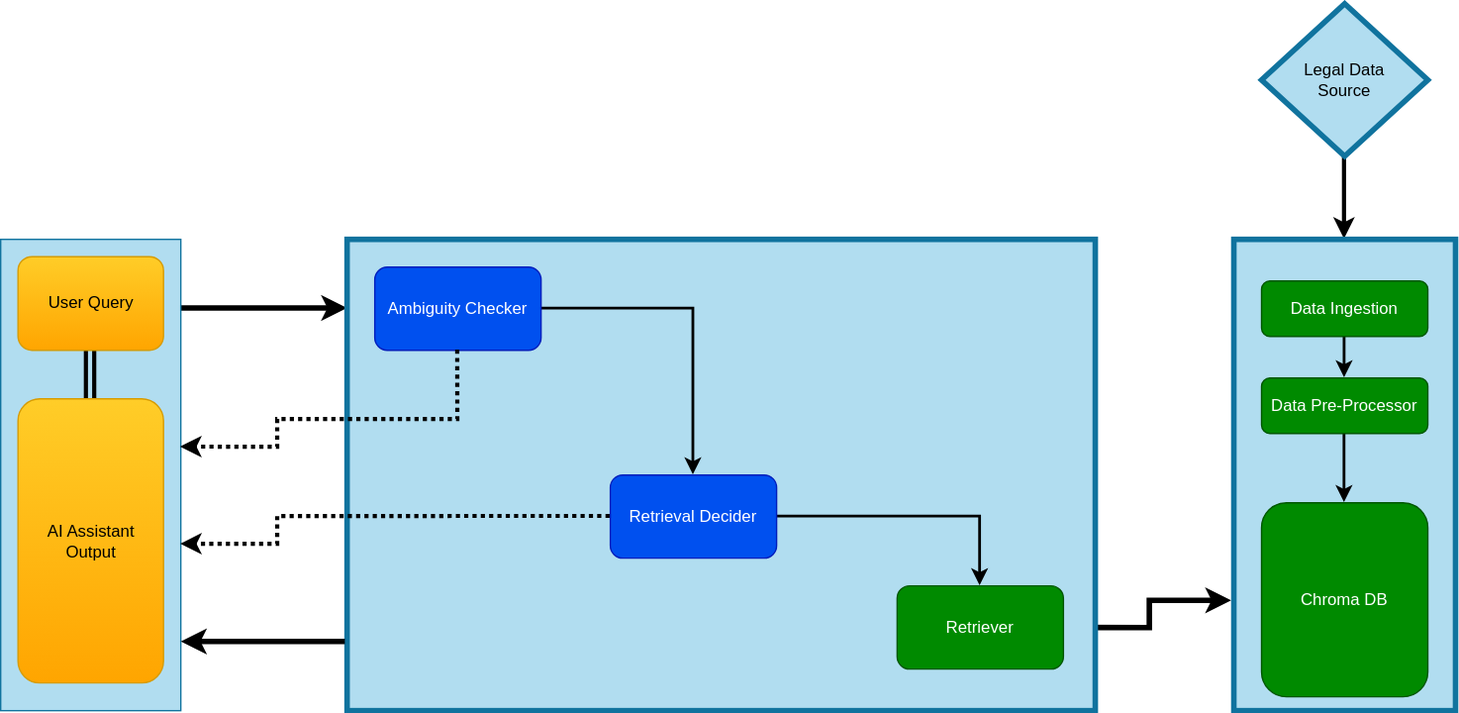
Before: LegalAI.Architecture.svg, a diagram exported from draw.io (m-kamaal/LegalAI). Source tidied: cells renumbered, new cells last; positions are measured from the earlier drawing's top-left corner, leaving out a move shared by most shapes. Its diagram source:
```xml
<mxGraphModel>
  <root>
    <mxCell id="0" />
    <mxCell id="1" parent="0" />
    <mxCell id="2" style="edgeStyle=orthogonalEdgeStyle;rounded=0;orthogonalLoop=1;jettySize=auto;html=1;strokeWidth=4;" parent="1" edge="1">
      <mxGeometry relative="1" as="geometry">
        <mxPoint x="130" y="219.5" as="sourcePoint" />
        <mxPoint x="250" y="219.5" as="targetPoint" />
      </mxGeometry>
    </mxCell>
    <mxCell id="3" value="&lt;div&gt;&lt;br&gt;&lt;/div&gt;" style="rounded=0;html=1;fillColor=#b1ddf0;strokeColor=#10739e;" parent="1" vertex="1">
      <mxGeometry y="170" width="130" height="340" as="geometry" />
    </mxCell>
    <mxCell id="4" style="edgeStyle=orthogonalEdgeStyle;rounded=0;jettySize=auto;html=1;strokeWidth=4;exitX=1;exitY=0.5;exitDx=0;exitDy=0;entryX=-0.012;entryY=0.766;entryDx=0;entryDy=0;entryPerimeter=0;" parent="1" edge="1" target="12">
      <mxGeometry relative="1" as="geometry">
        <mxPoint x="767" y="450" as="sourcePoint" />
      </mxGeometry>
    </mxCell>
    <mxCell id="5" style="rounded=0;whiteSpace=wrap;html=1;strokeWidth=4;fillColor=#b1ddf0;strokeColor=#10739e;" parent="1" vertex="1">
      <mxGeometry x="250" y="170" width="540" height="340" as="geometry" />
    </mxCell>
    <mxCell id="6" style="edgeStyle=orthogonalEdgeStyle;rounded=0;jettySize=auto;html=1;strokeWidth=2;" parent="1" edge="1" source="7" target="9">
      <mxGeometry relative="1" as="geometry" />
    </mxCell>
    <mxCell id="7" value="Ambiguity Checker" style="rounded=1;whiteSpace=wrap;html=1;fillColor=#0050ef;fontColor=#ffffff;strokeColor=#001DBC;" parent="1" vertex="1">
      <mxGeometry x="270" y="190" width="120" height="60" as="geometry" />
    </mxCell>
    <mxCell id="8" style="edgeStyle=orthogonalEdgeStyle;rounded=0;jettySize=auto;html=1;strokeWidth=2;" parent="1" edge="1" source="9" target="10">
      <mxGeometry relative="1" as="geometry" />
    </mxCell>
    <mxCell id="9" value="Retrieval Decider" style="whiteSpace=wrap;html=1;fillColor=#0050ef;strokeColor=#001DBC;fontColor=#ffffff;rounded=1;" parent="1" vertex="1">
      <mxGeometry x="440" y="340" width="120" height="60" as="geometry" />
    </mxCell>
    <mxCell id="10" value="Retriever" style="whiteSpace=wrap;html=1;fillColor=#008a00;strokeColor=#005700;fontColor=#ffffff;rounded=1;" parent="1" vertex="1">
      <mxGeometry x="647" y="420" width="120" height="60" as="geometry" />
    </mxCell>
    <mxCell id="11" style="edgeStyle=orthogonalEdgeStyle;rounded=0;jettySize=auto;html=1;strokeWidth=3;" parent="1" edge="1" source="24" target="12">
      <mxGeometry relative="1" as="geometry" />
    </mxCell>
    <mxCell id="12" style="whiteSpace=wrap;html=1;fillColor=#b1ddf0;rounded=0;strokeWidth=4;strokeColor=#10739e;" parent="1" vertex="1">
      <mxGeometry x="890" y="170" width="160" height="340" as="geometry" />
    </mxCell>
    <mxCell id="13" style="edgeStyle=orthogonalEdgeStyle;rounded=0;jettySize=auto;html=1;strokeWidth=2;" parent="1" edge="1" source="14" target="16">
      <mxGeometry relative="1" as="geometry" />
    </mxCell>
    <mxCell id="14" value="Data Ingestion" style="whiteSpace=wrap;html=1;fillColor=#008a00;strokeColor=#005700;fontColor=#ffffff;rounded=1;" parent="1" vertex="1">
      <mxGeometry x="910" y="200" width="120" height="40" as="geometry" />
    </mxCell>
    <mxCell id="15" style="edgeStyle=orthogonalEdgeStyle;rounded=0;jettySize=auto;html=1;strokeWidth=2;" parent="1" edge="1" source="16" target="17">
      <mxGeometry relative="1" as="geometry" />
    </mxCell>
    <mxCell id="16" value="Data Pre-Processor" style="whiteSpace=wrap;html=1;fillColor=#008a00;strokeColor=#005700;fontColor=#ffffff;rounded=1;" parent="1" vertex="1">
      <mxGeometry x="910" y="270" width="120" height="40" as="geometry" />
    </mxCell>
    <mxCell id="17" value="Chroma DB" style="whiteSpace=wrap;html=1;fillColor=#008a00;strokeColor=#005700;fontColor=#ffffff;rounded=1;" parent="1" vertex="1">
      <mxGeometry x="910" y="360" width="120" height="140" as="geometry" />
    </mxCell>
    <mxCell id="18" style="edgeStyle=orthogonalEdgeStyle;rounded=0;orthogonalLoop=1;jettySize=auto;html=1;strokeWidth=3;dashed=1;dashPattern=1 1;" parent="1" edge="1">
      <mxGeometry relative="1" as="geometry">
        <mxPoint x="440" y="370" as="sourcePoint" />
        <mxPoint x="130" y="390" as="targetPoint" />
        <Array as="points">
          <mxPoint x="200" y="370" />
          <mxPoint x="200" y="390" />
          <mxPoint x="130" y="390" />
        </Array>
      </mxGeometry>
    </mxCell>
    <mxCell id="19" style="edgeStyle=orthogonalEdgeStyle;rounded=0;jettySize=auto;html=1;strokeWidth=3;dashed=1;dashPattern=1 1;exitX=0.5;exitY=1;exitDx=0;exitDy=0;" parent="1" edge="1" source="7">
      <mxGeometry relative="1" as="geometry">
        <mxPoint x="130" y="320" as="targetPoint" />
        <Array as="points">
          <mxPoint x="330" y="300" />
          <mxPoint x="200" y="300" />
          <mxPoint x="200" y="320" />
        </Array>
      </mxGeometry>
    </mxCell>
    <mxCell id="20" style="edgeStyle=orthogonalEdgeStyle;rounded=0;jettySize=auto;html=1;strokeWidth=4;exitX=-0.003;exitY=0.853;exitDx=0;exitDy=0;exitPerimeter=0;" parent="1" edge="1" source="5">
      <mxGeometry relative="1" as="geometry">
        <mxPoint x="130" y="460" as="targetPoint" />
        <Array as="points">
          <mxPoint x="230" y="460" />
          <mxPoint x="230" y="460" />
        </Array>
      </mxGeometry>
    </mxCell>
    <mxCell id="21" style="edgeStyle=orthogonalEdgeStyle;rounded=0;jettySize=auto;html=1;shape=link;strokeWidth=3;" parent="1" edge="1" source="22" target="23">
      <mxGeometry relative="1" as="geometry" />
    </mxCell>
    <mxCell id="22" value="User Query" style="rounded=1;whiteSpace=wrap;html=1;fillColor=#ffcd28;strokeColor=#d79b00;gradientColor=#ffa500;" parent="1" vertex="1">
      <mxGeometry x="12.5" y="182.5" width="105" height="67.5" as="geometry" />
    </mxCell>
    <mxCell id="23" value="AI Assistant&lt;div&gt;Output&lt;/div&gt;" style="rounded=1;whiteSpace=wrap;html=1;fillColor=#ffcd28;strokeColor=#d79b00;gradientColor=#ffa500;" parent="1" vertex="1">
      <mxGeometry x="12.5" y="285" width="105" height="205" as="geometry" />
    </mxCell>
    <mxCell id="24" value="Legal Data&lt;div&gt;Source&lt;/div&gt;" style="rhombus;whiteSpace=wrap;html=1;fillColor=#b1ddf0;strokeColor=#10739e;rounded=0;strokeWidth=4;" parent="1" vertex="1">
      <mxGeometry x="910" width="120" height="110" as="geometry" />
    </mxCell>
  </root>
</mxGraphModel>
```
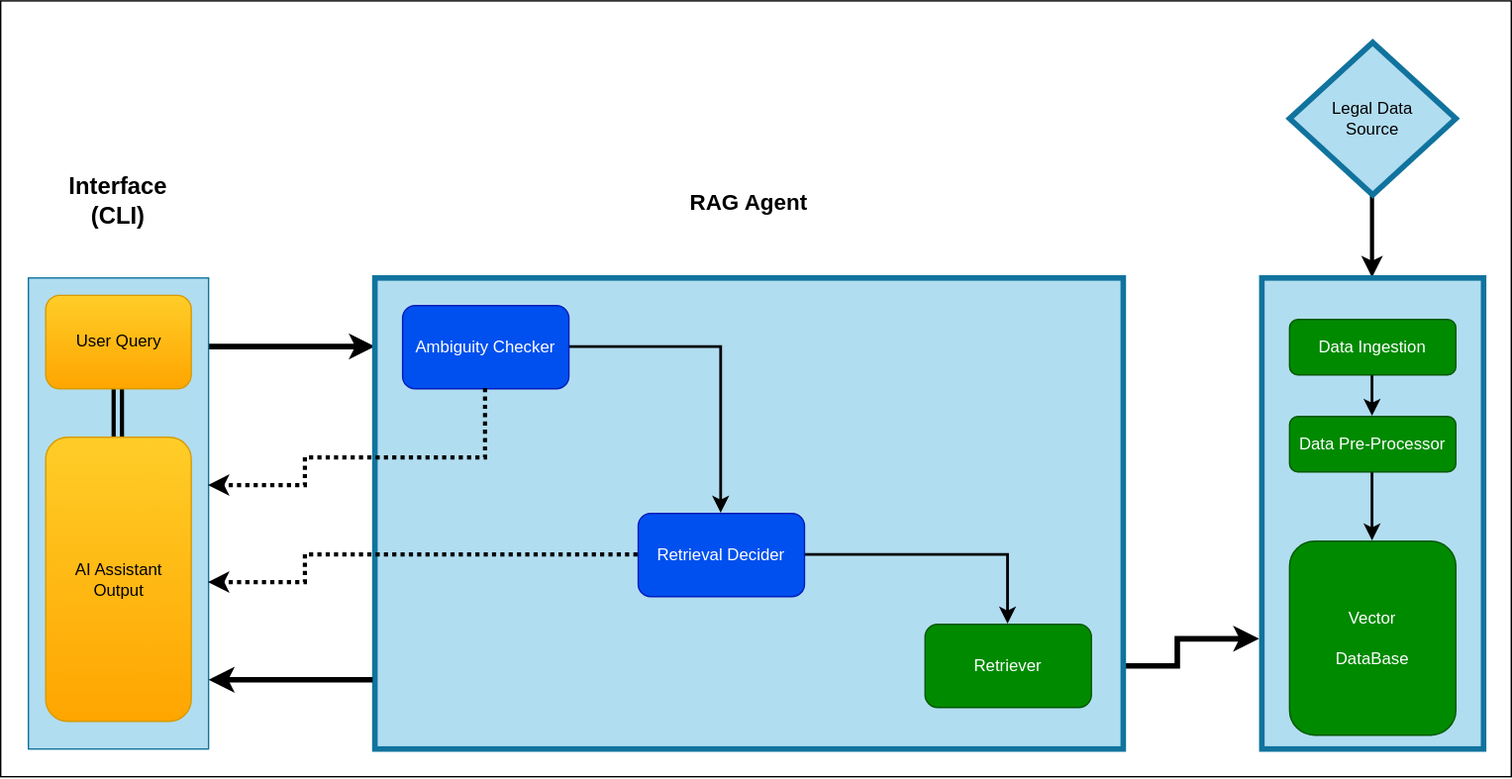
Later version of the same file.

Commit message:
Arch diagram update

Change to the diagram source:
```diff
@@ -2,6 +2,9 @@
   <root>
     <mxCell id="0" />
     <mxCell id="1" parent="0" />
+    <mxCell id="25" style="rounded=0;whiteSpace=wrap;html=1;" parent="1" vertex="1">
+      <mxGeometry x="-20" y="-30" width="1090" height="560" as="geometry" />
+    </mxCell>
     <mxCell id="2" style="edgeStyle=orthogonalEdgeStyle;rounded=0;orthogonalLoop=1;jettySize=auto;html=1;strokeWidth=4;" parent="1" edge="1">
       <mxGeometry relative="1" as="geometry">
         <mxPoint x="130" y="219.5" as="sourcePoint" />
@@ -52,7 +55,7 @@
     <mxCell id="16" value="Data Pre-Processor" style="whiteSpace=wrap;html=1;fillColor=#008a00;strokeColor=#005700;fontColor=#ffffff;rounded=1;" parent="1" vertex="1">
       <mxGeometry x="910" y="270" width="120" height="40" as="geometry" />
     </mxCell>
-    <mxCell id="17" value="Chroma DB" style="whiteSpace=wrap;html=1;fillColor=#008a00;strokeColor=#005700;fontColor=#ffffff;rounded=1;" parent="1" vertex="1">
+    <mxCell id="17" value="Vector&lt;div&gt;&lt;br&gt;&lt;div&gt;DataBase&lt;/div&gt;&lt;/div&gt;" style="whiteSpace=wrap;html=1;fillColor=#008a00;strokeColor=#005700;fontColor=#ffffff;rounded=1;" parent="1" vertex="1">
       <mxGeometry x="910" y="360" width="120" height="140" as="geometry" />
     </mxCell>
     <mxCell id="18" style="edgeStyle=orthogonalEdgeStyle;rounded=0;orthogonalLoop=1;jettySize=auto;html=1;strokeWidth=3;dashed=1;dashPattern=1 1;" parent="1" edge="1">
@@ -97,5 +100,11 @@
     <mxCell id="24" value="Legal Data&lt;div&gt;Source&lt;/div&gt;" style="rhombus;whiteSpace=wrap;html=1;fillColor=#b1ddf0;strokeColor=#10739e;rounded=0;strokeWidth=4;" parent="1" vertex="1">
       <mxGeometry x="910" width="120" height="110" as="geometry" />
     </mxCell>
+    <mxCell id="26" value="&lt;b&gt;&lt;font style=&quot;font-size: 16px;&quot;&gt;RAG Agent&lt;/font&gt;&lt;/b&gt;" style="text;html=1;whiteSpace=wrap;strokeColor=none;fillColor=none;align=center;verticalAlign=middle;rounded=0;" parent="1" vertex="1">
+      <mxGeometry x="445" y="100" width="150" height="30" as="geometry" />
+    </mxCell>
+    <mxCell id="27" value="&lt;font style=&quot;font-size: 17px;&quot;&gt;&lt;b style=&quot;&quot;&gt;Interface (CLI)&lt;/b&gt;&lt;/font&gt;" style="text;html=1;whiteSpace=wrap;strokeColor=none;fillColor=none;align=center;verticalAlign=middle;rounded=0;" parent="1" vertex="1">
+      <mxGeometry x="20" y="90" width="90" height="50" as="geometry" />
+    </mxCell>
   </root>
 </mxGraphModel>
```
